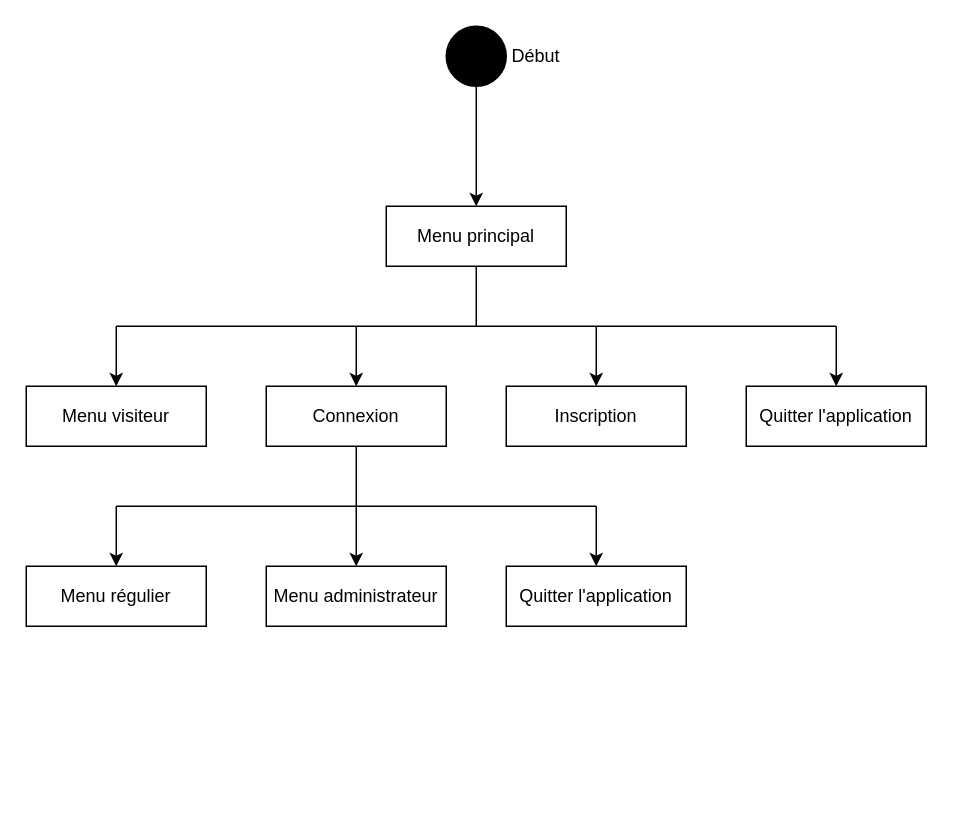
This is Diagramme d'état de l'application.drawio from wahib299/ProjetInfo2A, a draw.io file, before an edit. Source tidied: cells renumbered, new cells numbered last; positions are measured from the earlier drawing's top-left corner, leaving out a move shared by most shapes. Both pictures are drawn from the tidied source at 150%, with x=0, y=0 at pixel (26, 26).
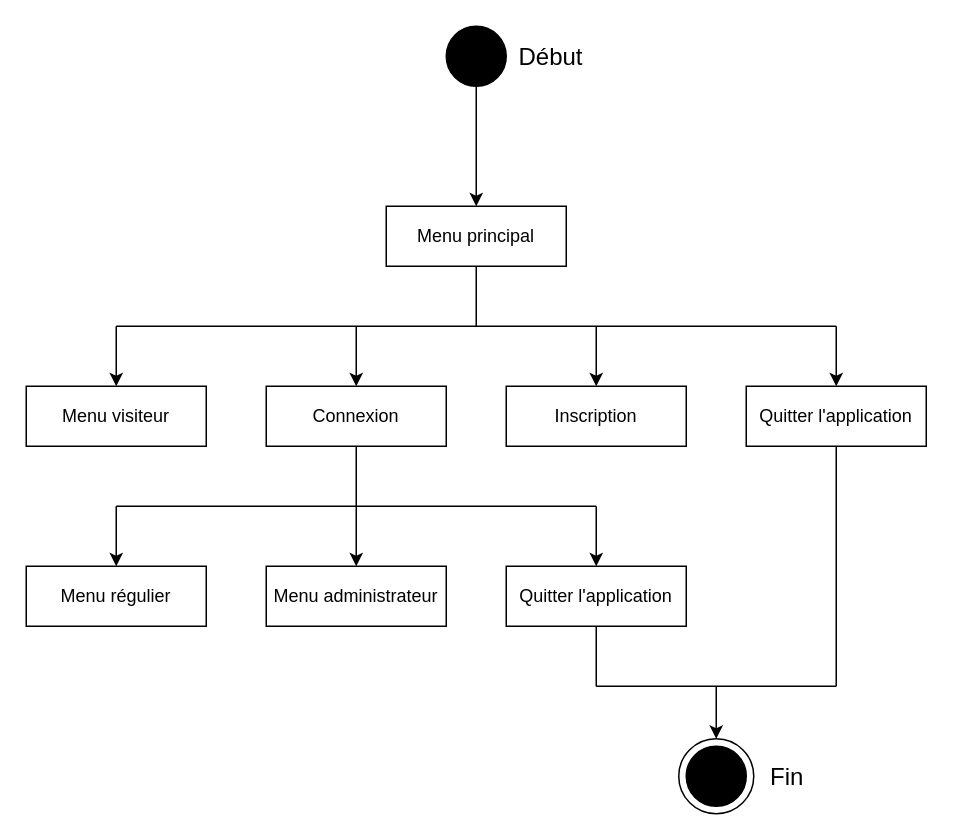
The same diagram, later.

Unchanged cells that the change refers to:
```xml
<mxCell id="14" value="Quitter l'application" style="rounded=0;whiteSpace=wrap;html=1;fillColor=#FFFFFF;" parent="1" vertex="1">
  <mxGeometry x="480" y="240" width="120" height="40" as="geometry" />
</mxCell>
<mxCell id="22" value="Quitter l'application" style="rounded=0;whiteSpace=wrap;html=1;fillColor=#FFFFFF;" parent="1" vertex="1">
  <mxGeometry x="320" y="360" width="120" height="40" as="geometry" />
</mxCell>
```

Diff of the diagram source:
```diff
@@
-    <mxCell id="13" value="Début" style="text;html=1;strokeColor=none;fillColor=none;align=center;verticalAlign=middle;whiteSpace=wrap;rounded=0;" parent="1" vertex="1">
-      <mxGeometry x="320" y="10" width="40" height="20" as="geometry" />
+    <mxCell id="13" value="&lt;font style=&quot;font-size: 16px&quot;&gt;Début&lt;/font&gt;" style="text;html=1;strokeColor=none;fillColor=none;align=center;verticalAlign=middle;whiteSpace=wrap;rounded=0;" parent="1" vertex="1">
+      <mxGeometry x="320" y="10" width="60" height="20" as="geometry" />
     </mxCell>
@@
+    <mxCell id="24" style="ellipse;whiteSpace=wrap;html=1;fillColor=none;" parent="1" vertex="1">
+      <mxGeometry x="435" y="475" width="50" height="50" as="geometry" />
+    </mxCell>
+    <mxCell id="25" style="ellipse;whiteSpace=wrap;html=1;fillColor=#000000;" parent="1" vertex="1">
+      <mxGeometry x="440" y="480" width="40" height="40" as="geometry" />
+    </mxCell>
+    <mxCell id="26" style="endArrow=none;html=1;exitX=0.5;exitY=1;exitDx=0;exitDy=0;" parent="1" edge="1" source="22">
+      <mxGeometry relative="1" as="geometry">
+        <mxPoint x="380" y="440" as="targetPoint" />
+      </mxGeometry>
+    </mxCell>
+    <mxCell id="27" style="endArrow=none;html=1;" parent="1" edge="1">
+      <mxGeometry relative="1" as="geometry">
+        <mxPoint x="540" y="440" as="sourcePoint" />
+        <mxPoint x="380" y="440" as="targetPoint" />
+      </mxGeometry>
+    </mxCell>
+    <mxCell id="28" style="endArrow=none;html=1;exitX=0.5;exitY=1;exitDx=0;exitDy=0;" parent="1" edge="1" source="14">
+      <mxGeometry relative="1" as="geometry">
+        <mxPoint x="540" y="440" as="targetPoint" />
+      </mxGeometry>
+    </mxCell>
+    <mxCell id="29" style="endArrow=classic;html=1;entryX=0.5;entryY=0;entryDx=0;entryDy=0;" parent="1" edge="1" target="24">
+      <mxGeometry relative="1" as="geometry">
+        <mxPoint x="460" y="440" as="sourcePoint" />
+      </mxGeometry>
+    </mxCell>
+    <mxCell id="30" value="&lt;font style=&quot;font-size: 16px&quot;&gt;Fin&lt;/font&gt;" style="text;html=1;strokeColor=none;fillColor=none;align=center;verticalAlign=middle;whiteSpace=wrap;rounded=0;" parent="1" vertex="1">
+      <mxGeometry x="485" y="490" width="45" height="20" as="geometry" />
+    </mxCell>
```
